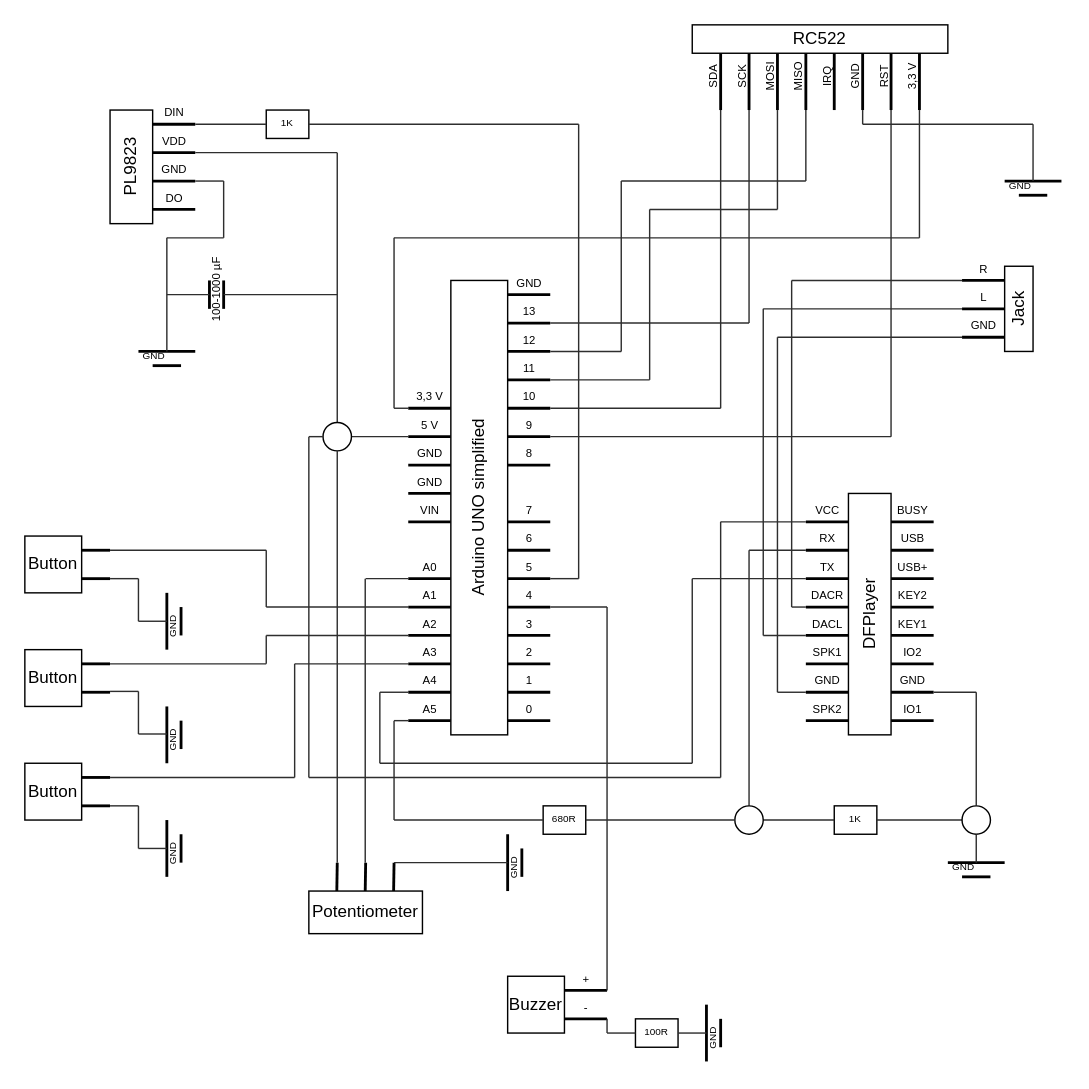
mrowazet/RfidPlayer keeps this draw.io diagram as circuit.drawio. Above is the earlier version. Source tidied: cells renumbered, new cells numbered last; positions are measured from the earlier drawing's top-left corner, leaving out a move shared by most shapes. Both pictures are drawn from the tidied source at 142%, with x=0, y=0 at pixel (24, 24).
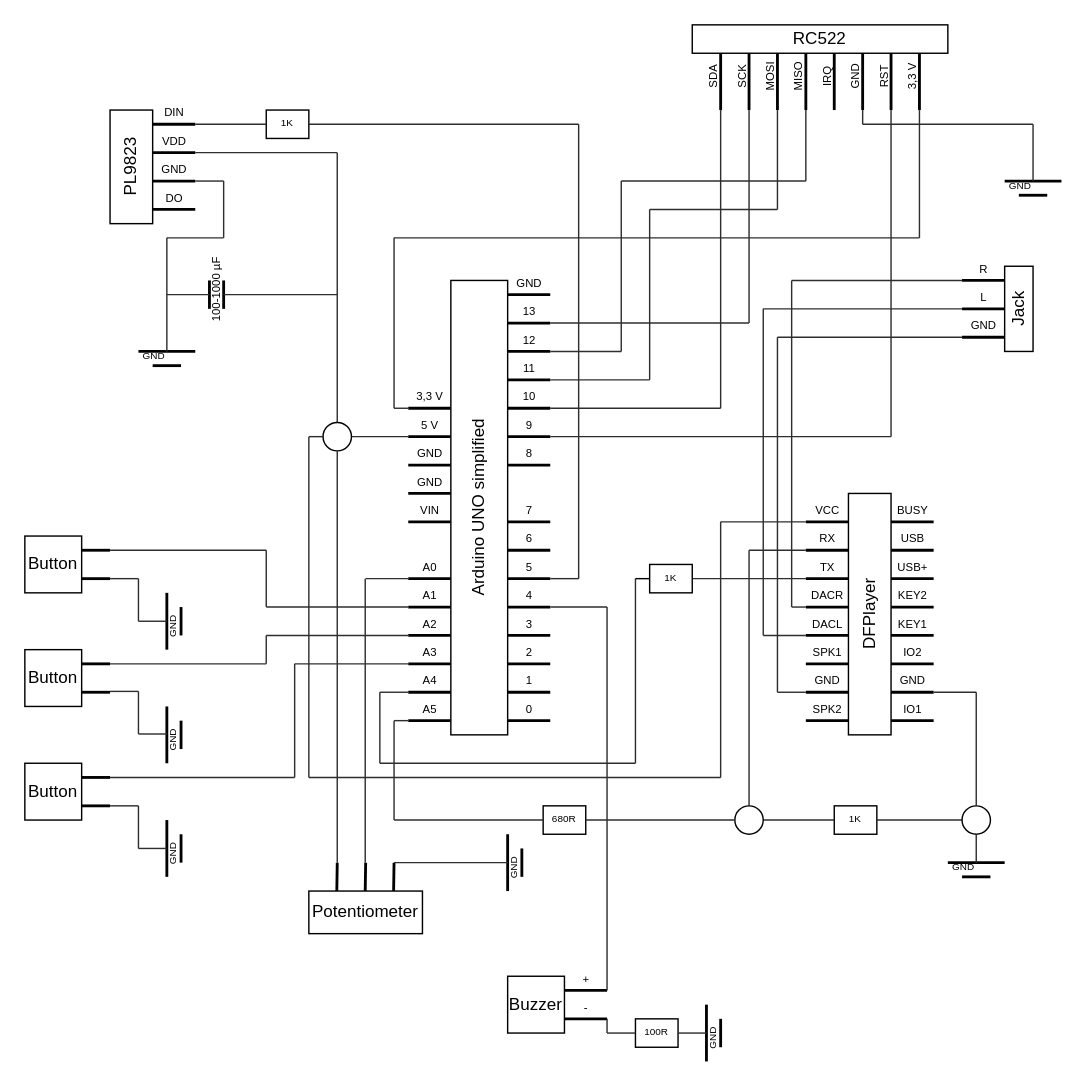
After the change.

Diff of the diagram source:
```diff
@@
     <mxCell id="180" style="endArrow=none;html=1;labelBackgroundColor=none;strokeColor=#2E2E2E;strokeWidth=1;fontSize=12;align=right;" parent="1" edge="1">
       <mxGeometry relative="1" as="geometry">
         <mxPoint x="250" y="520" as="sourcePoint" />
-        <mxPoint x="470" y="520" as="targetPoint" />
+        <mxPoint x="430" y="520" as="targetPoint" />
       </mxGeometry>
     </mxCell>
@@
     <mxCell id="182" style="endArrow=none;html=1;labelBackgroundColor=none;strokeColor=#2E2E2E;strokeWidth=1;fontSize=12;align=right;" parent="1" edge="1">
       <mxGeometry relative="1" as="geometry">
-        <mxPoint x="470" y="520" as="sourcePoint" />
-        <mxPoint x="470" y="390" as="targetPoint" />
+        <mxPoint x="430" y="520" as="sourcePoint" />
+        <mxPoint x="430" y="390" as="targetPoint" />
       </mxGeometry>
     </mxCell>
@@
+    <mxCell id="197" value="1K" style="rounded=0;whiteSpace=wrap;html=1;fontSize=7;" parent="1" vertex="1">
+      <mxGeometry x="440" y="380" width="30" height="20" as="geometry" />
+    </mxCell>
+    <mxCell id="198" style="endArrow=none;html=1;entryX=0;entryY=0.5;entryDx=0;entryDy=0;" parent="1" edge="1" target="197">
+      <mxGeometry relative="1" as="geometry">
+        <mxPoint x="430" y="390" as="sourcePoint" />
+      </mxGeometry>
+    </mxCell>
```
